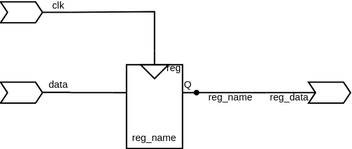
The draw.io diagram .pic/Basic Verilog structures/registers/fig_04.drawio.svg in MPSU/APS, before a commit. Source tidied: cells renumbered, new cells last; positions are measured from the earlier drawing's top-left corner, leaving out a move shared by most shapes.
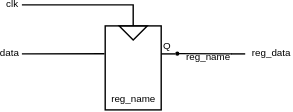
Above is the later version.

What changed in the source:
```diff
@@ -3,108 +3,59 @@
     <mxCell id="0" />
     <mxCell id="1" parent="0" />
     <mxCell id="2" value="&lt;font style=&quot;font-size: 7px;&quot;&gt;reg_name&lt;/font&gt;" style="rounded=0;whiteSpace=wrap;html=1;verticalAlign=bottom;spacingBottom=0;fillColor=none;" parent="1" vertex="1">
-      <mxGeometry x="90" y="45" width="40" height="60" as="geometry" />
+      <mxGeometry x="-35.5" y="73" width="40" height="60" as="geometry" />
     </mxCell>
-    <mxCell id="3" value="reg" style="text;html=1;strokeColor=none;fillColor=none;align=center;verticalAlign=middle;whiteSpace=wrap;rounded=0;fontSize=7;" parent="1" vertex="1">
-      <mxGeometry x="117" y="44" width="14" height="8" as="geometry" />
+    <mxCell id="3" style="endArrow=none;html=1;rounded=0;fontSize=7;" parent="1" edge="1">
+      <mxGeometry relative="1" as="geometry">
+        <mxPoint x="14.5" y="93" as="sourcePoint" />
+        <mxPoint x="4.5" y="93" as="targetPoint" />
+      </mxGeometry>
     </mxCell>
-    <mxCell id="4" style="endArrow=none;html=1;rounded=0;fontSize=7;" parent="1" edge="1">
+    <mxCell id="4" style="edgeStyle=orthogonalEdgeStyle;rounded=0;jettySize=auto;html=1;exitX=0;exitY=0.5;exitDx=0;exitDy=0;endArrow=none;endFill=0;" parent="1" edge="1" source="5">
       <mxGeometry relative="1" as="geometry">
-        <mxPoint x="90" y="65" as="sourcePoint" />
-        <mxPoint x="80" y="65" as="targetPoint" />
+        <mxPoint x="-95" y="58" as="targetPoint" />
+        <Array as="points">
+          <mxPoint x="-15" y="58" />
+        </Array>
       </mxGeometry>
     </mxCell>
-    <mxCell id="5" style="endArrow=none;html=1;rounded=0;fontSize=7;" parent="1" edge="1">
-      <mxGeometry relative="1" as="geometry">
-        <mxPoint x="140" y="65" as="sourcePoint" />
-        <mxPoint x="130" y="65" as="targetPoint" />
-      </mxGeometry>
+    <mxCell id="5" style="triangle;whiteSpace=wrap;html=1;fontSize=7;rotation=90;fillColor=none;" parent="1" vertex="1">
+      <mxGeometry x="-20.5" y="68" width="10" height="20" as="geometry" />
     </mxCell>
-    <mxCell id="6" style="endArrow=none;html=1;rounded=0;fontSize=7;" parent="1" edge="1">
-      <mxGeometry relative="1" as="geometry">
-        <mxPoint x="110" y="45" as="sourcePoint" />
-        <mxPoint x="110" y="35" as="targetPoint" />
-      </mxGeometry>
+    <mxCell id="6" value="Q" style="text;html=1;strokeColor=none;fillColor=none;align=center;verticalAlign=middle;whiteSpace=wrap;rounded=0;fontSize=7;" parent="1" vertex="1">
+      <mxGeometry x="5.5" y="83" width="6" height="10" as="geometry" />
     </mxCell>
-    <mxCell id="7" style="triangle;whiteSpace=wrap;html=1;fontSize=7;rotation=90;fillColor=none;" parent="1" vertex="1">
-      <mxGeometry x="105" y="40" width="10" height="20" as="geometry" />
+    <mxCell id="7" style="endArrow=none;html=1;rounded=0;fontSize=7;startArrow=oval;startFill=1;endSize=6;startSize=2;" parent="1" edge="1">
+      <mxGeometry relative="1" as="geometry">
+        <mxPoint x="16" y="92.8" as="sourcePoint" />
+        <mxPoint x="55" y="93" as="targetPoint" />
+      </mxGeometry>
     </mxCell>
-    <mxCell id="8" value="Q" style="text;html=1;strokeColor=none;fillColor=none;align=center;verticalAlign=middle;whiteSpace=wrap;rounded=0;fontSize=7;" parent="1" vertex="1">
-      <mxGeometry x="131" y="55" width="6" height="10" as="geometry" />
+    <mxCell id="8" value="&lt;font style=&quot;font-size: 7px;&quot;&gt;reg_name&lt;/font&gt;" style="edgeLabel;html=1;align=center;verticalAlign=middle;fontSize=7;labelBackgroundColor=none;" parent="7" vertex="1">
+      <mxGeometry x="0.13" relative="1" as="geometry">
+        <mxPoint y="3" as="offset" />
+      </mxGeometry>
     </mxCell>
-    <mxCell id="9" style="endArrow=none;html=1;rounded=0;fontSize=7;startArrow=oval;startFill=1;startSize=3;" parent="1" edge="1">
+    <mxCell id="9" style="endArrow=none;html=1;rounded=0;fontSize=7;" parent="1" edge="1">
       <mxGeometry relative="1" as="geometry">
-        <mxPoint x="140" y="65" as="sourcePoint" />
-        <mxPoint x="180" y="65" as="targetPoint" />
+        <mxPoint x="54.5" y="93" as="sourcePoint" />
+        <mxPoint x="64.5" y="93" as="targetPoint" />
       </mxGeometry>
     </mxCell>
-    <mxCell id="10" value="&lt;font style=&quot;font-size: 7px;&quot;&gt;reg_name&lt;/font&gt;" style="edgeLabel;html=1;align=center;verticalAlign=middle;fontSize=7;labelBackgroundColor=none;" parent="9" vertex="1">
-      <mxGeometry x="0.13" relative="1" as="geometry">
-        <mxPoint y="3" as="offset" />
-      </mxGeometry>
+    <mxCell id="10" value="reg_data" style="edgeLabel;html=1;align=center;verticalAlign=middle;fontSize=7;labelBackgroundColor=none;" parent="1" vertex="1">
+      <mxGeometry x="83" y="93" as="geometry" />
     </mxCell>
-    <mxCell id="11" style="shape=step;perimeter=stepPerimeter;whiteSpace=wrap;html=1;fixedSize=1;labelBackgroundColor=#CB9EFF;fontSize=7;fillColor=none;size=5;" parent="1" vertex="1">
-      <mxGeometry width="30" height="15" as="geometry" />
+    <mxCell id="11" value="data" style="edgeLabel;html=1;align=center;verticalAlign=middle;fontSize=7;labelBackgroundColor=none;" parent="1" vertex="1">
+      <mxGeometry x="-104" y="93" as="geometry" />
     </mxCell>
-    <mxCell id="12" style="shape=step;perimeter=stepPerimeter;whiteSpace=wrap;html=1;fixedSize=1;labelBackgroundColor=#CB9EFF;fontSize=7;fillColor=none;size=5;" parent="1" vertex="1">
-      <mxGeometry y="57.5" width="30" height="15" as="geometry" />
+    <mxCell id="12" value="clk" style="edgeLabel;html=1;align=center;verticalAlign=middle;fontSize=7;labelBackgroundColor=none;" parent="1" vertex="1">
+      <mxGeometry x="-102" y="58" as="geometry" />
     </mxCell>
-    <mxCell id="13" style="endArrow=none;html=1;rounded=0;fontSize=7;" parent="1" edge="1">
+    <mxCell id="13" style="edgeStyle=orthogonalEdgeStyle;rounded=0;orthogonalLoop=1;jettySize=auto;html=1;exitX=0;exitY=0.75;exitDx=0;exitDy=0;exitPerimeter=0;endArrow=none;endFill=0;" parent="1" edge="1">
       <mxGeometry relative="1" as="geometry">
-        <mxPoint x="50" y="64.8" as="sourcePoint" />
-        <mxPoint x="30" y="64.8" as="targetPoint" />
+        <mxPoint x="-36" y="92.9" as="sourcePoint" />
+        <mxPoint x="-95" y="92.9" as="targetPoint" />
       </mxGeometry>
     </mxCell>
-    <mxCell id="14" value="data" style="edgeLabel;html=1;align=center;verticalAlign=middle;fontSize=7;labelBackgroundColor=none;" parent="13" vertex="1">
-      <mxGeometry x="0.2" relative="1" as="geometry">
-        <mxPoint x="2" y="-5" as="offset" />
-      </mxGeometry>
-    </mxCell>
-    <mxCell id="15" style="endArrow=none;html=1;rounded=0;fontSize=7;" parent="1" edge="1">
-      <mxGeometry relative="1" as="geometry">
-        <mxPoint x="30" y="7.5" as="sourcePoint" />
-        <mxPoint x="50" y="7.5" as="targetPoint" />
-      </mxGeometry>
-    </mxCell>
-    <mxCell id="16" value="clk" style="edgeLabel;html=1;align=center;verticalAlign=middle;fontSize=7;labelBackgroundColor=none;" parent="15" vertex="1">
-      <mxGeometry x="0.4" y="-1" relative="1" as="geometry">
-        <mxPoint x="-4" y="-6" as="offset" />
-      </mxGeometry>
-    </mxCell>
-    <mxCell id="17" style="shape=step;perimeter=stepPerimeter;whiteSpace=wrap;html=1;fixedSize=1;labelBackgroundColor=#CB9EFF;fontSize=7;fillColor=none;size=5;" parent="1" vertex="1">
-      <mxGeometry x="220" y="57.5" width="30" height="15" as="geometry" />
-    </mxCell>
-    <mxCell id="18" style="endArrow=none;html=1;rounded=0;fontSize=7;" parent="1" edge="1">
-      <mxGeometry relative="1" as="geometry">
-        <mxPoint x="225" y="65" as="sourcePoint" />
-        <mxPoint x="190" y="65" as="targetPoint" />
-      </mxGeometry>
-    </mxCell>
-    <mxCell id="19" value="reg_data" style="edgeLabel;html=1;align=center;verticalAlign=middle;fontSize=7;labelBackgroundColor=none;" parent="18" vertex="1">
-      <mxGeometry x="0.2" relative="1" as="geometry">
-        <mxPoint x="1" y="3" as="offset" />
-      </mxGeometry>
-    </mxCell>
-    <mxCell id="20" style="endArrow=none;html=1;rounded=0;fontSize=7;" parent="1" edge="1">
-      <mxGeometry relative="1" as="geometry">
-        <mxPoint x="50" y="65" as="sourcePoint" />
-        <mxPoint x="80" y="65" as="targetPoint" />
-      </mxGeometry>
-    </mxCell>
-    <mxCell id="21" style="endArrow=none;html=1;rounded=0;fontSize=7;" parent="1" edge="1">
-      <mxGeometry relative="1" as="geometry">
-        <mxPoint x="110" y="35" as="sourcePoint" />
-        <mxPoint x="50" y="7.5" as="targetPoint" />
-        <Array as="points">
-          <mxPoint x="110" y="7" />
-        </Array>
-      </mxGeometry>
-    </mxCell>
-    <mxCell id="22" style="endArrow=none;html=1;rounded=0;fontSize=7;" parent="1" edge="1">
-      <mxGeometry relative="1" as="geometry">
-        <mxPoint x="180" y="65" as="sourcePoint" />
-        <mxPoint x="190" y="65" as="targetPoint" />
-      </mxGeometry>
-    </mxCell>
   </root>
 </mxGraphModel>
```
